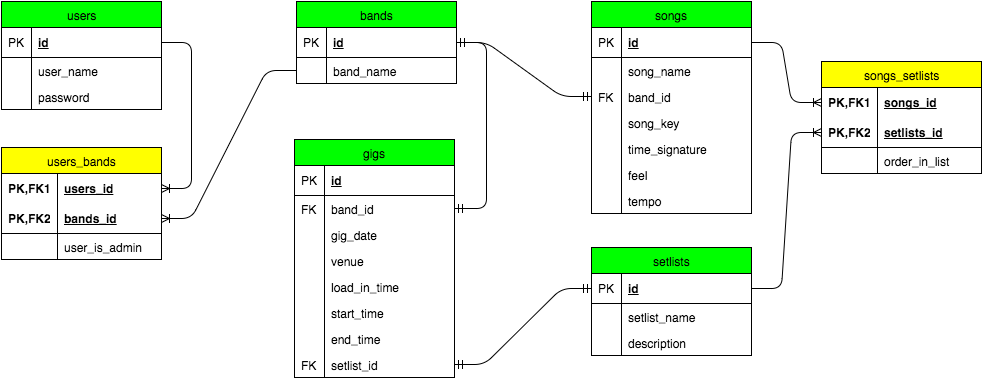
Earlier version of the draw.io export database schema.png (Jmedders/q2project). Source tidied: cells renumbered, new cells last; positions are measured from the earlier drawing's top-left corner, leaving out a move shared by most shapes.
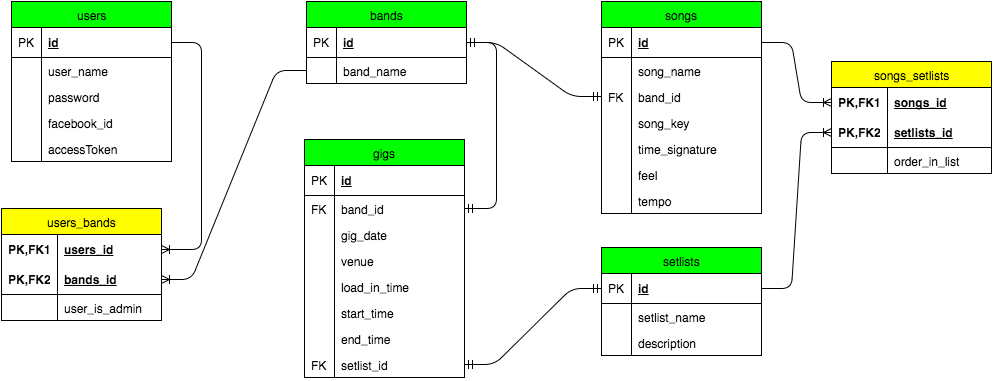
The same diagram one commit later.

Commit message:
Updated database schema diagram

Change to the diagram source:
```diff
@@ -18,7 +18,7 @@
       <mxGeometry width="30" height="26" as="geometry" />
     </mxCell>
     <mxCell id="7" value="users" style="swimlane;html=1;fontStyle=0;horizontal=1;startSize=26;fillColor=#00FF00;swimlaneFillColor=#ffffff;align=center;" parent="1" vertex="1">
-      <mxGeometry width="160" height="108" as="geometry" />
+      <mxGeometry width="160" height="160" as="geometry" />
     </mxCell>
     <mxCell id="8" value="id" style="shape=partialRectangle;top=0;left=0;right=0;bottom=1;html=1;align=left;verticalAlign=middle;fillColor=none;spacingLeft=34;spacingRight=4;whiteSpace=wrap;overflow=hidden;points=[[0,0.5],[1,0.5]];portConstraint=eastwest;fontStyle=5;" parent="7" vertex="1">
       <mxGeometry y="26" width="160" height="30" as="geometry" />
@@ -38,8 +38,20 @@
     <mxCell id="13" style="shape=partialRectangle;top=0;left=0;bottom=0;html=1;fillColor=none;align=left;verticalAlign=top;spacingLeft=4;spacingRight=4;whiteSpace=wrap;overflow=hidden;" parent="12" vertex="1">
       <mxGeometry width="30" height="26" as="geometry" />
     </mxCell>
+    <mxCell id="74" value="facebook_id" style="shape=partialRectangle;top=0;left=0;right=0;bottom=0;html=1;align=left;verticalAlign=top;fillColor=none;spacingLeft=34;spacingRight=4;whiteSpace=wrap;overflow=hidden;" parent="7" vertex="1">
+      <mxGeometry y="108" width="160" height="26" as="geometry" />
+    </mxCell>
+    <mxCell id="75" style="shape=partialRectangle;top=0;left=0;bottom=0;html=1;fillColor=none;align=left;verticalAlign=top;spacingLeft=4;spacingRight=4;whiteSpace=wrap;overflow=hidden;" parent="74" vertex="1">
+      <mxGeometry width="30" height="26" as="geometry" />
+    </mxCell>
+    <mxCell id="76" value="accessToken" style="shape=partialRectangle;top=0;left=0;right=0;bottom=0;html=1;align=left;verticalAlign=top;fillColor=none;spacingLeft=34;spacingRight=4;whiteSpace=wrap;overflow=hidden;" parent="7" vertex="1">
+      <mxGeometry y="134" width="160" height="26" as="geometry" />
+    </mxCell>
+    <mxCell id="77" style="shape=partialRectangle;top=0;left=0;bottom=0;html=1;fillColor=none;align=left;verticalAlign=top;spacingLeft=4;spacingRight=4;whiteSpace=wrap;overflow=hidden;" parent="76" vertex="1">
+      <mxGeometry width="30" height="26" as="geometry" />
+    </mxCell>
     <mxCell id="14" value="users_bands" style="swimlane;html=1;fontStyle=0;horizontal=1;startSize=26;fillColor=#FFFF00;swimlaneFillColor=#ffffff;align=center;" parent="1" vertex="1">
-      <mxGeometry y="146" width="160" height="112" as="geometry" />
+      <mxGeometry x="-10" y="207" width="160" height="112" as="geometry" />
     </mxCell>
     <mxCell id="15" value="users_id" style="shape=partialRectangle;top=0;left=0;right=0;bottom=0;html=1;align=left;verticalAlign=middle;fillColor=none;spacingLeft=60;spacingRight=4;whiteSpace=wrap;overflow=hidden;points=[[0,0.5],[1,0.5]];portConstraint=eastwest;fontStyle=5;" parent="14" vertex="1">
       <mxGeometry y="26" width="160" height="30" as="geometry" />
```
